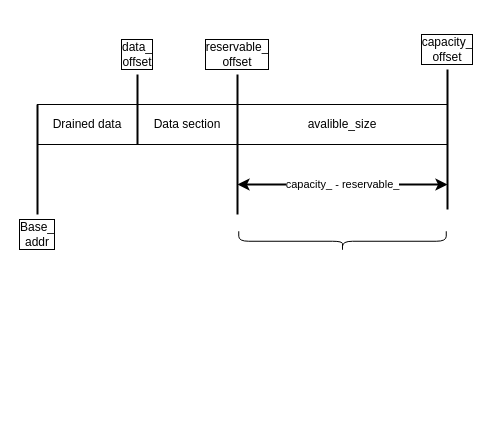
This is page "slice::commit" (16 of 16) of memcpy_test_arch.drawio from xu1zhou/Documents, a draw.io file, before an edit. Source tidied: cells renumbered, new cells numbered last; positions are measured from the earlier drawing's top-left corner, leaving out a move shared by most shapes. Both pictures are drawn from the tidied source at 100%, with x=0, y=0 at pixel (17, 39).
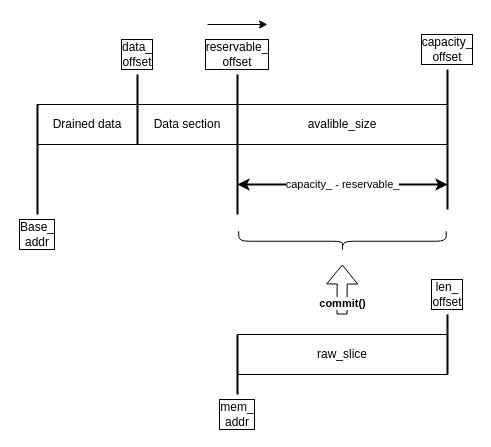
Above is the later version.

Diff of the diagram source:
```diff
@@
+    <mxCell id="15" value="&lt;b&gt;commit()&lt;/b&gt;" style="shape=flexArrow;endArrow=classic;html=1;" parent="1" edge="1">
+      <mxGeometry x="-0.56" relative="1" as="geometry">
+        <mxPoint x="324.5" y="275" as="sourcePoint" />
+        <mxPoint x="324.8" y="225" as="targetPoint" />
+      </mxGeometry>
+    </mxCell>
+    <mxCell id="16" value="raw_slice" style="whiteSpace=wrap;html=1;align=center;" parent="1" vertex="1">
+      <mxGeometry x="220" y="295" width="210" height="40" as="geometry" />
+    </mxCell>
+    <mxCell id="17" style="line;strokeWidth=2;direction=south;html=1;labelBackgroundColor=none;align=center;" parent="1" vertex="1">
+      <mxGeometry x="215" y="295" width="10" height="60" as="geometry" />
+    </mxCell>
+    <mxCell id="18" value="mem_&lt;br&gt;addr" style="text;html=1;strokeColor=none;fillColor=none;align=center;verticalAlign=middle;whiteSpace=wrap;rounded=0;labelBorderColor=#000000;" parent="1" vertex="1">
+      <mxGeometry x="200" y="365" width="40" height="20" as="geometry" />
+    </mxCell>
+    <mxCell id="19" style="line;strokeWidth=2;direction=south;html=1;labelBackgroundColor=none;align=center;" parent="1" vertex="1">
+      <mxGeometry x="425" y="275" width="10" height="60" as="geometry" />
+    </mxCell>
+    <mxCell id="20" value="len_&lt;br&gt;offset" style="text;html=1;strokeColor=none;fillColor=none;align=center;verticalAlign=middle;whiteSpace=wrap;rounded=0;labelBorderColor=#000000;" parent="1" vertex="1">
+      <mxGeometry x="410" y="245" width="40" height="20" as="geometry" />
+    </mxCell>
+    <mxCell id="21" style="endArrow=classic;html=1;" parent="1" edge="1">
+      <mxGeometry relative="1" as="geometry">
+        <mxPoint x="190" y="-15" as="sourcePoint" />
+        <mxPoint x="250" y="-15" as="targetPoint" />
+      </mxGeometry>
+    </mxCell>
```
